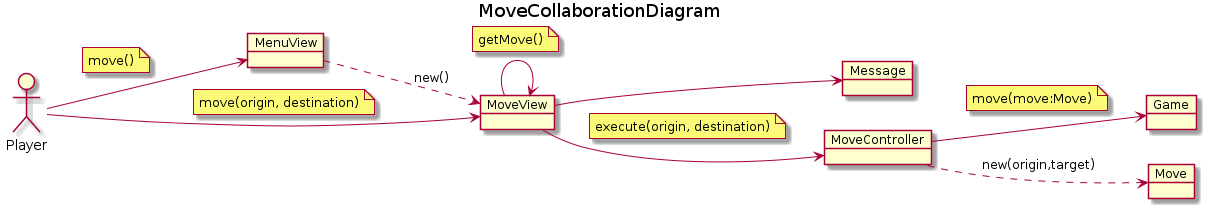
Above: docs/output/analysis/use-cases/MoveCollaborationDiagram.png in Master-Desarrollo-20-21/patrones-diseno---practica-final---juego-de-las-damas-fraylopez (PlantUML), before the change.
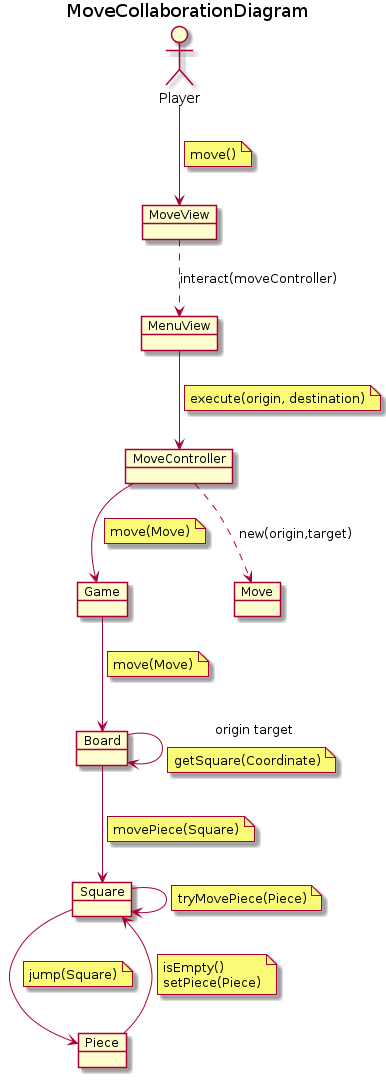
The same file after the commit.

What changed in the source:
```diff
@@ -1,45 +1,64 @@
 @startuml MoveCollaborationDiagram
 title MoveCollaborationDiagram
-left to right direction
 
 allow_mixing
-left to right direction
+
 actor Player
 object MenuView
 object MoveView
-object Message
 object MoveController
 object Game
 object Move
+object Board
+object Piece
+object Square
 
-Player --> MenuView
+Player --> MoveView
 note on link
     move()
 end note
-MenuView ..> MoveView : new()
+MoveView ..> MenuView : interact(moveController)
 
-Player --> MoveView
-note on link
-    move(origin, destination)
-end note
-
-MoveView --> MoveView
-note on link
-    getMove()
-end note
-
-MoveView --> MoveController
+MenuView --> MoveController
 note on link
     execute(origin, destination)
 end note
 
-MoveView --> Message
-
-
 MoveController --> Game
 note on link
-    move(move:Move)
+    move(Move)
 end note
 
 MoveController ..> Move : new(origin,target)
+
+Game --> Board
+note on link
+    move(Move)
+end note
+
+Square --> Piece
+note on link
+    jump(Square)
+end note
+
+Board --> Board : origin target
+note on link
+    getSquare(Coordinate)
+end note
+
+Board --> Square
+note on link
+    movePiece(Square)
+end note
+
+Square --> Square
+note on link
+    tryMovePiece(Piece)
+end note
+
+Piece --> Square
+note on link
+    isEmpty()
+    setPiece(Piece)
+end note
 @enduml
```
